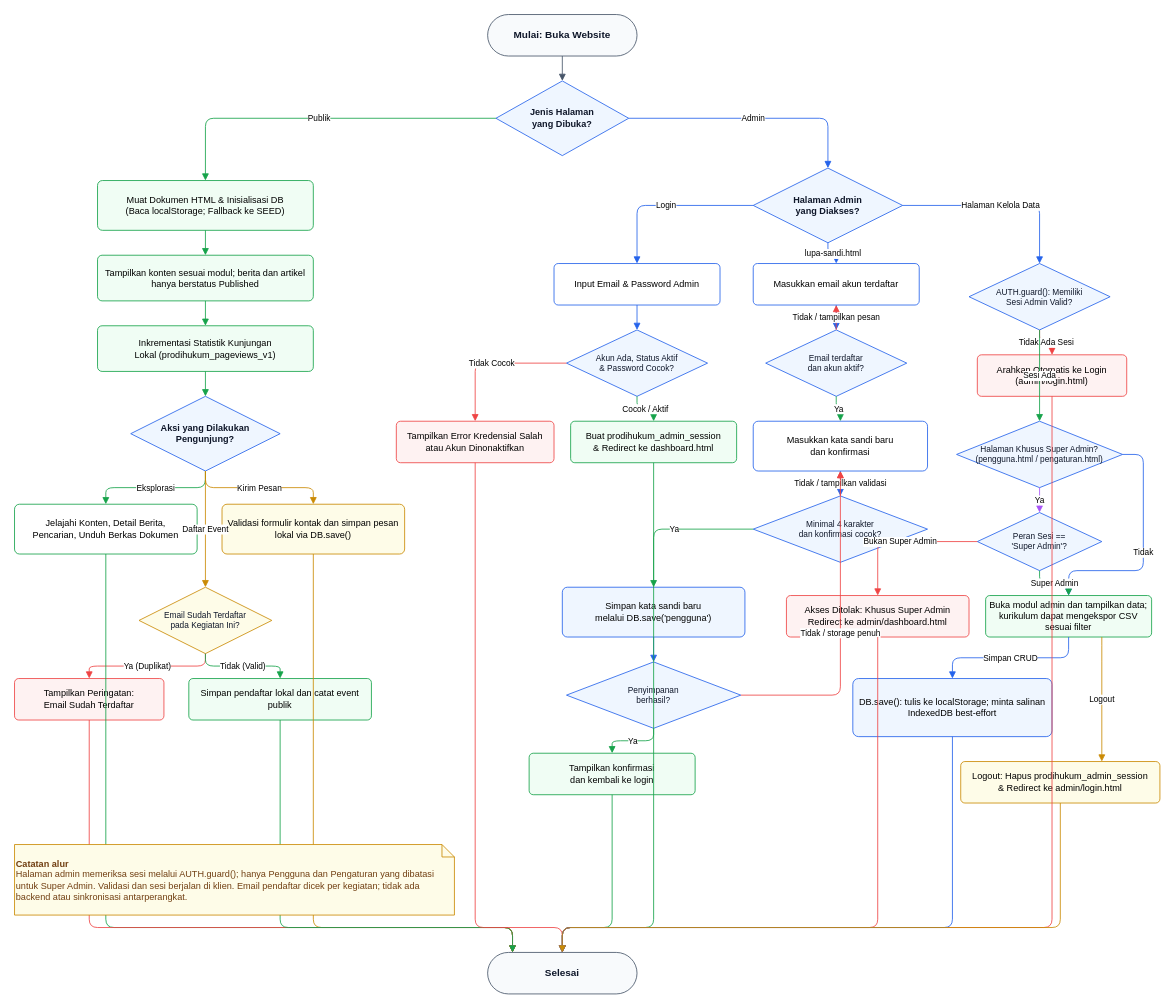
Earlier version of the draw.io diagram assets/docs/diagrams/drawio/flowchart-sistem.drawio.xml (ipo-rk/Perancangan-Dan-Pengembangan-website-profil-UMP-). Source tidied: cells renumbered, new cells numbered last; positions are measured from the earlier drawing's top-left corner, leaving out a move shared by most shapes. Both pictures are drawn from the tidied source at 83%, with x=0, y=0 at pixel (14, 14).
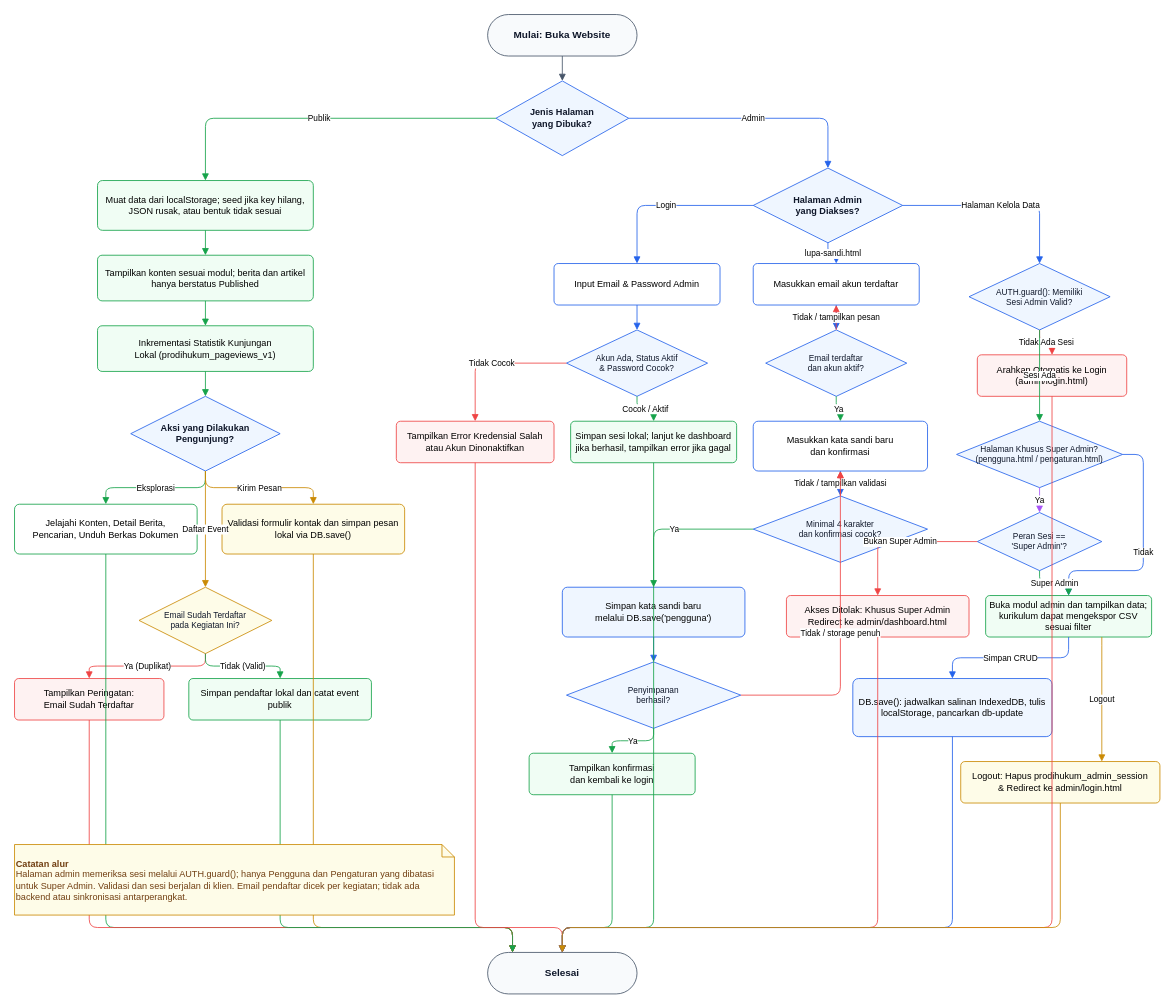
The same page after the edit.

What changed in the source:
```diff
@@
-    <mxCell id="5" value="Muat Dokumen HTML &amp;amp; Inisialisasi DB&#10;(Baca localStorage; Fallback ke SEED)" style="rounded=1;arcSize=10;whiteSpace=wrap;html=1;fillColor=#f0fdf4;strokeColor=#16a34a;fontSize=11;fontFamily=Arial;" parent="1" vertex="1">
+    <mxCell id="5" value="Muat data dari localStorage; seed jika key hilang, JSON rusak, atau bentuk tidak sesuai" style="rounded=1;arcSize=10;whiteSpace=wrap;html=1;fillColor=#f0fdf4;strokeColor=#16a34a;fontSize=11;fontFamily=Arial;" parent="1" vertex="1">
       <mxGeometry x="100" y="200" width="260" height="60" as="geometry" />
     </mxCell>
@@
-    <mxCell id="18" value="Buat prodihukum_admin_session&#10;&amp;amp; Redirect ke dashboard.html" style="rounded=1;arcSize=10;whiteSpace=wrap;html=1;fillColor=#f0fdf4;strokeColor=#16a34a;fontSize=11;fontFamily=Arial;" parent="1" vertex="1">
+    <mxCell id="18" value="Simpan sesi lokal; lanjut ke dashboard jika berhasil, tampilkan error jika gagal" style="rounded=1;arcSize=10;whiteSpace=wrap;html=1;fillColor=#f0fdf4;strokeColor=#16a34a;fontSize=11;fontFamily=Arial;" parent="1" vertex="1">
       <mxGeometry x="670" y="490" width="200" height="50" as="geometry" />
     </mxCell>
@@
-    <mxCell id="32" value="DB.save(): tulis ke localStorage; minta salinan IndexedDB best-effort" style="rounded=1;arcSize=10;whiteSpace=wrap;html=1;fillColor=#eff6ff;strokeColor=#2563eb;fontSize=11;fontFamily=Arial;" parent="1" vertex="1">
+    <mxCell id="32" value="DB.save(): jadwalkan salinan IndexedDB, tulis localStorage, pancarkan db-update" style="rounded=1;arcSize=10;whiteSpace=wrap;html=1;fillColor=#eff6ff;strokeColor=#2563eb;fontSize=11;fontFamily=Arial;" parent="1" vertex="1">
       <mxGeometry x="1010" y="800" width="240" height="70" as="geometry" />
     </mxCell>
```
